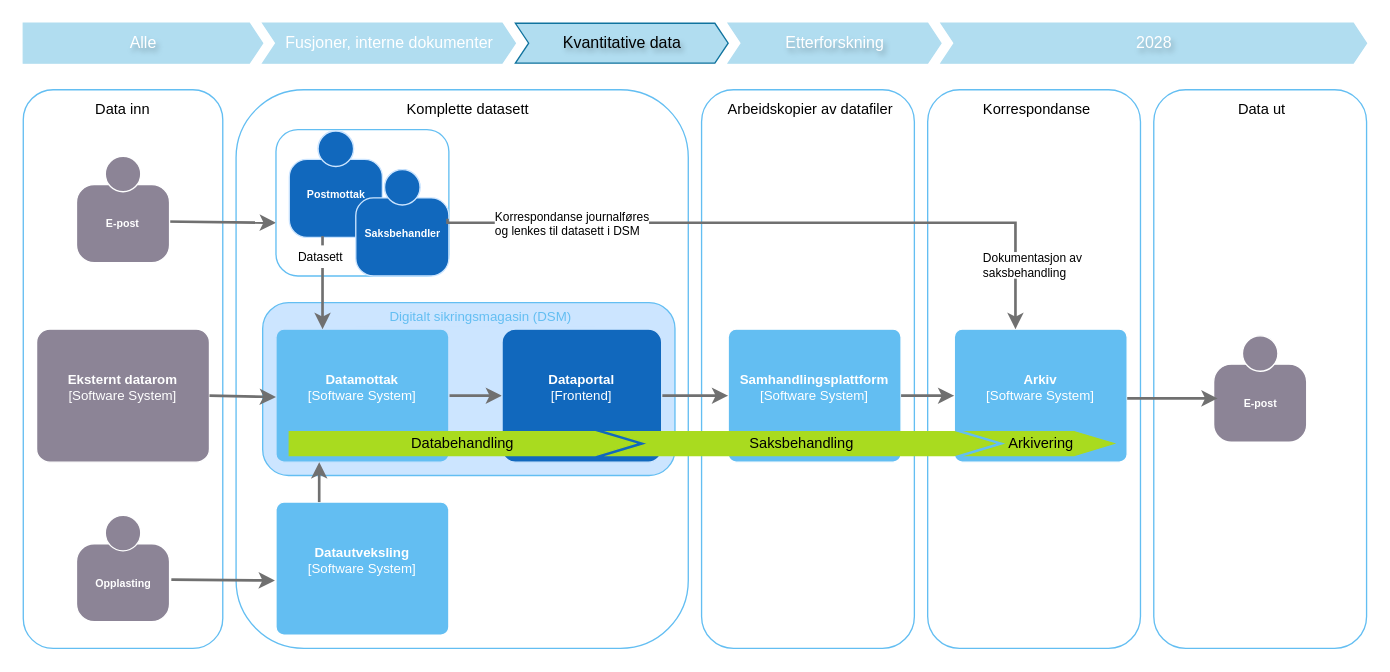
The draw.io diagram page "2026 Kvantitative data" (4 of 9) of dataflyt.drawio in mortenee/draw.io, before the edit. Source tidied: cells renumbered, new cells numbered last; positions are measured from the earlier drawing's top-left corner, leaving out a move shared by most shapes. Both pictures are drawn from the tidied source at 133%, with x=0, y=0 at pixel (23, 23).
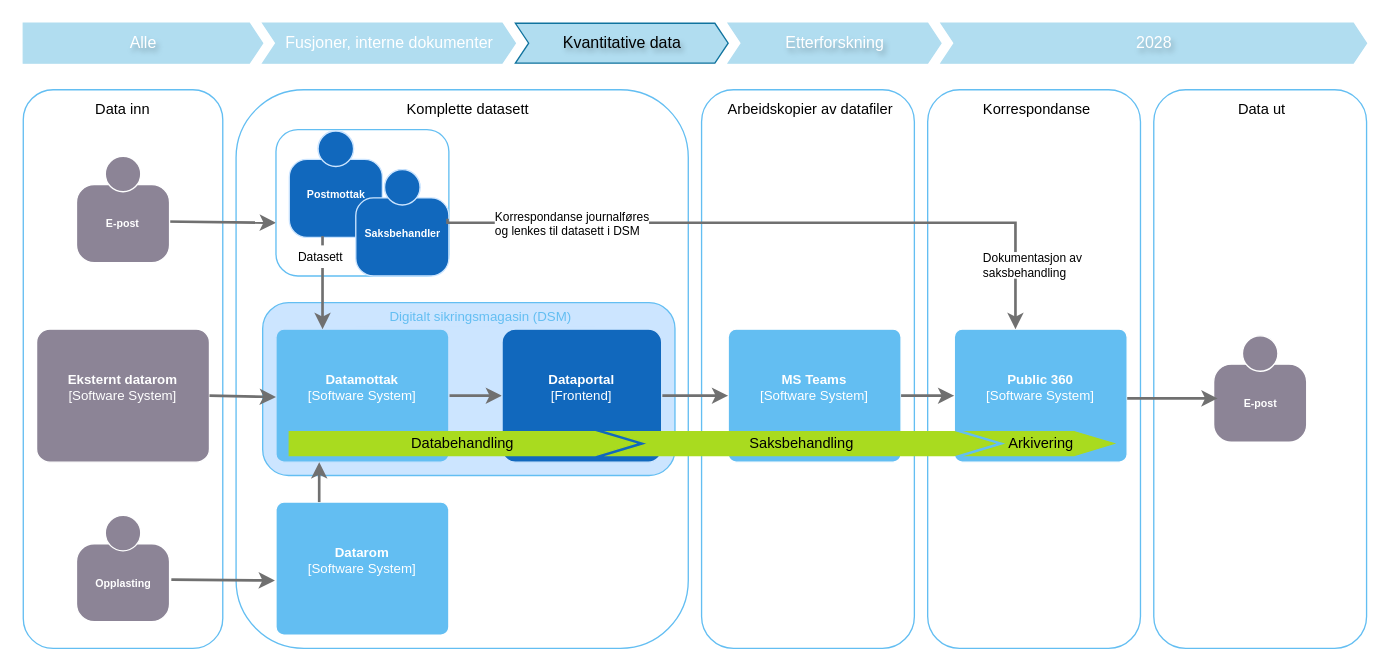
After the change.

Diff of the diagram source:
```diff
@@
-    <object id="7" label="&lt;b&gt;%c4Name%&lt;/b&gt;&lt;div&gt;[%c4Type%]&lt;/div&gt;&lt;br&gt;&lt;div&gt;%c4Description%&lt;/div&gt;" c4Description="" c4Name="Samhandlingsplattform" c4Type="Software System" placeholders="1">
+    <object id="7" label="&lt;b&gt;%c4Name%&lt;/b&gt;&lt;div&gt;[%c4Type%]&lt;/div&gt;&lt;br&gt;&lt;div&gt;%c4Description%&lt;/div&gt;" c4Description="" c4Name="MS Teams" c4Type="Software System" placeholders="1">
       <mxCell style="rounded=1;whiteSpace=wrap;html=1;labelBackgroundColor=none;fillColor=#63BEF2;align=center;arcSize=6;strokeColor=#FFFFFF;metaData={&quot;c4Type&quot;:{&quot;editable&quot;:false}};points=[[0.25,0,0],[0.5,0,0],[0.75,0,0],[1,0.25,0],[1,0.5,0],[1,0.75,0],[0.75,1,0],[0.5,1,0],[0.25,1,0],[0,0.75,0],[0,0.5,0],[0,0.25,0]];verticalAlign=middle;fontFamily=Helvetica;fontSize=10;fontColor=#ffffff;" parent="1" vertex="1">
         <mxGeometry x="530" y="230" width="130" height="100" as="geometry" />
       </mxCell>
     </object>
-    <object id="8" label="&lt;b&gt;%c4Name%&lt;/b&gt;&lt;div&gt;[%c4Type%]&lt;/div&gt;&lt;br&gt;&lt;div&gt;%c4Description%&lt;/div&gt;" c4Description="" c4Name="Arkiv" c4Type="Software System" placeholders="1">
+    <object id="8" label="&lt;b&gt;%c4Name%&lt;/b&gt;&lt;div&gt;[%c4Type%]&lt;/div&gt;&lt;br&gt;&lt;div&gt;%c4Description%&lt;/div&gt;" c4Description="" c4Name="Public 360" c4Type="Software System" placeholders="1">
       <mxCell style="rounded=1;whiteSpace=wrap;html=1;labelBackgroundColor=none;fillColor=#63BEF2;align=center;arcSize=6;strokeColor=#FFFFFF;metaData={&quot;c4Type&quot;:{&quot;editable&quot;:false}};points=[[0.25,0,0],[0.5,0,0],[0.75,0,0],[1,0.25,0],[1,0.5,0],[1,0.75,0],[0.75,1,0],[0.5,1,0],[0.25,1,0],[0,0.75,0],[0,0.5,0],[0,0.25,0]];verticalAlign=middle;fontFamily=Helvetica;fontSize=10;fontColor=#ffffff;" parent="1" vertex="1">
         <mxGeometry x="700" y="230" width="130" height="100" as="geometry" />
       </mxCell>
     </object>
@@
-    <object id="33" label="&lt;b&gt;%c4Name%&lt;/b&gt;&lt;div&gt;[%c4Type%]&lt;/div&gt;&lt;br&gt;&lt;div&gt;%c4Description%&lt;/div&gt;" c4Description="" c4Name="Datautveksling" c4Type="Software System" placeholders="1">
+    <object id="33" label="&lt;b&gt;%c4Name%&lt;/b&gt;&lt;div&gt;[%c4Type%]&lt;/div&gt;&lt;br&gt;&lt;div&gt;%c4Description%&lt;/div&gt;" c4Description="" c4Name="Datarom" c4Type="Software System" placeholders="1">
       <mxCell style="rounded=1;whiteSpace=wrap;html=1;labelBackgroundColor=none;fillColor=#63BEF2;align=center;arcSize=6;strokeColor=#FFFFFF;metaData={&quot;c4Type&quot;:{&quot;editable&quot;:false}};points=[[0.25,0,0],[0.5,0,0],[0.75,0,0],[1,0.25,0],[1,0.5,0],[1,0.75,0],[0.75,1,0],[0.5,1,0],[0.25,1,0],[0,0.75,0],[0,0.5,0],[0,0.25,0]];verticalAlign=middle;fontFamily=Helvetica;fontSize=10;fontColor=#ffffff;" parent="1" vertex="1">
         <mxGeometry x="190" y="360" width="130" height="100" as="geometry" />
       </mxCell>
     </object>
```
